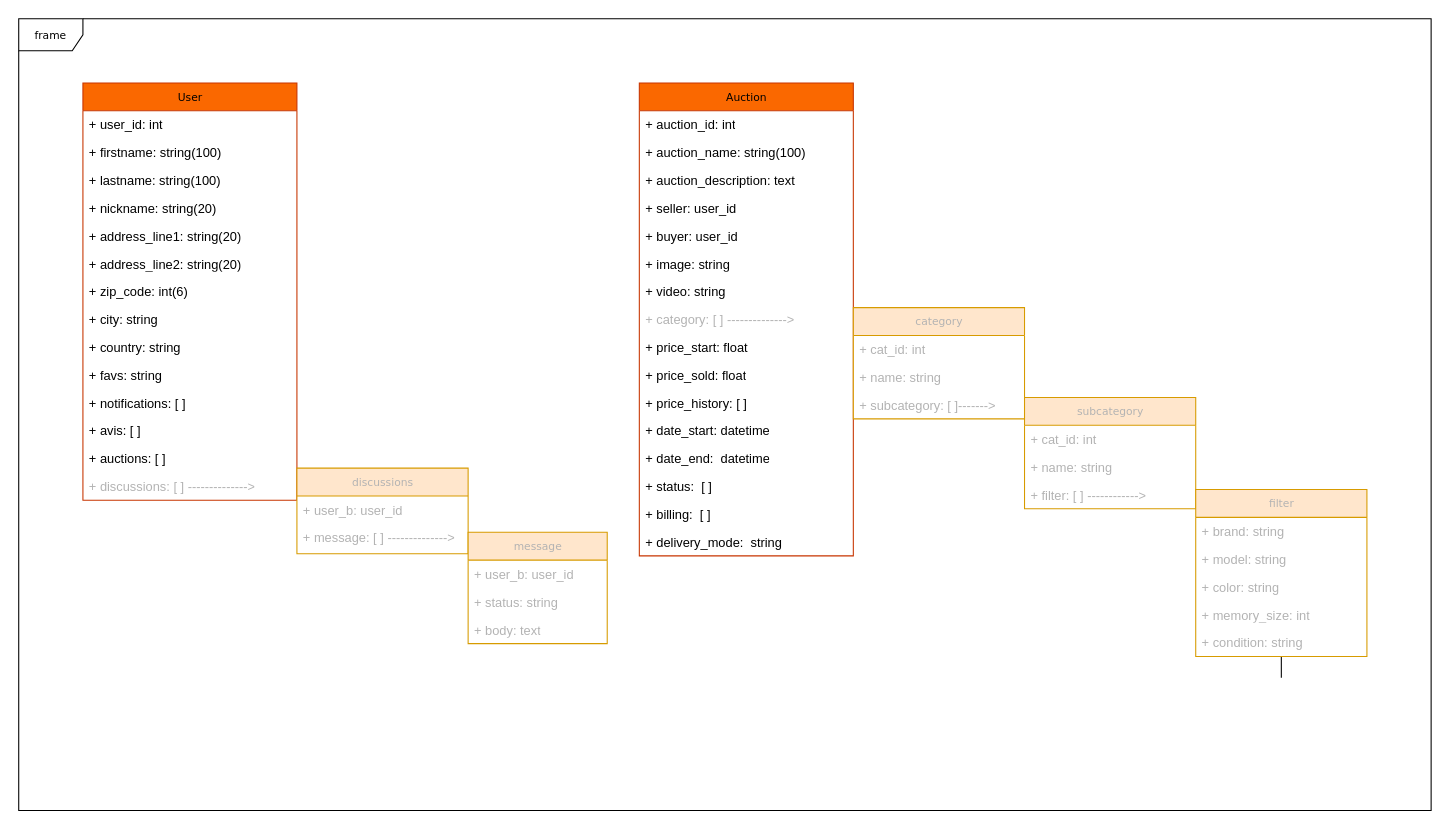
Before: Diagramme sans nom.drawio in leboncoin2023/leboncoin, a draw.io diagram. Source tidied: cells renumbered, new cells numbered last; positions are measured from the earlier drawing's top-left corner, leaving out a move shared by most shapes. Both pictures are drawn from the tidied source at 107%, with x=0, y=0 at pixel (18, 18).
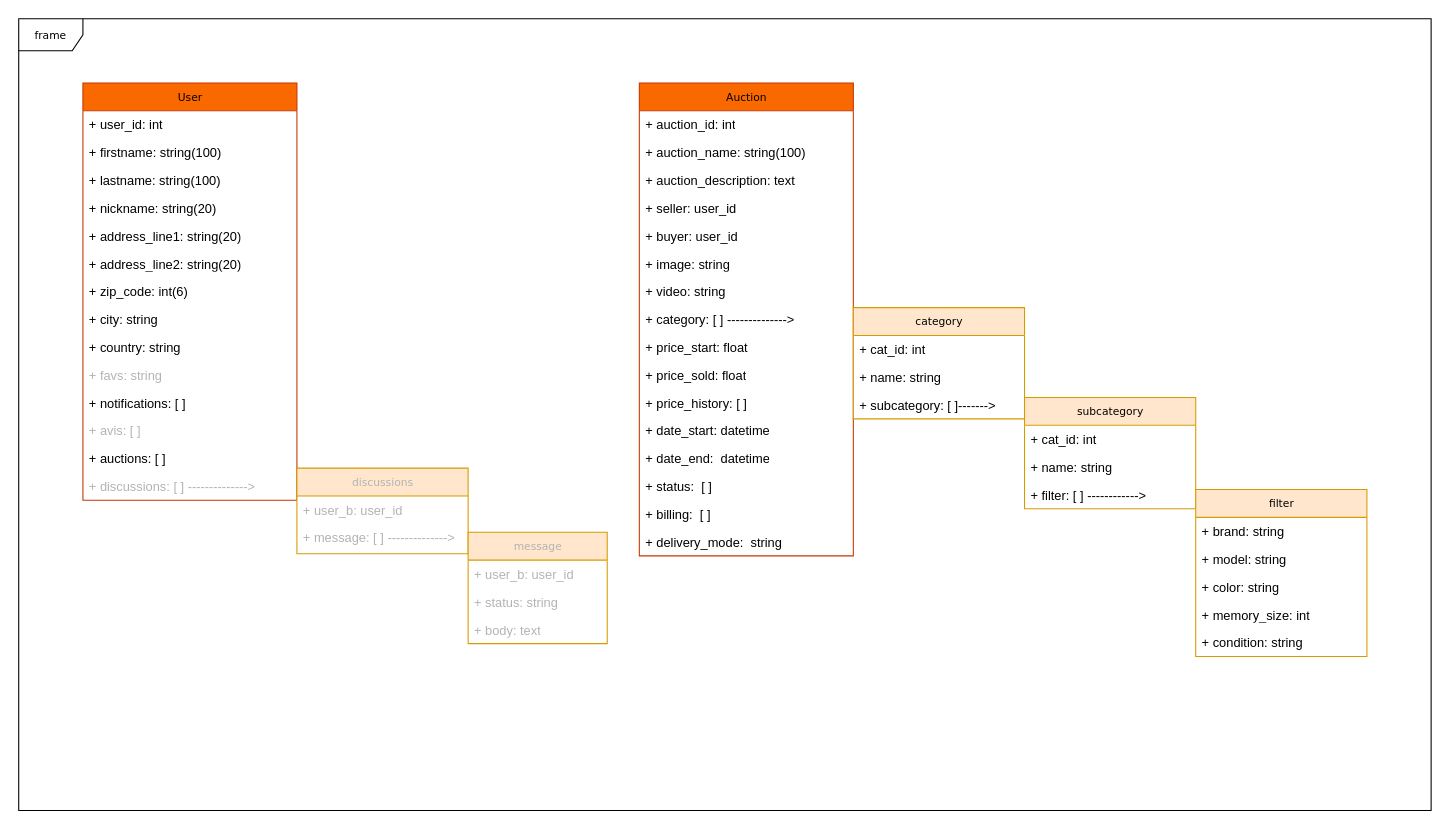
The same diagram, later.

Commit message (it also covers changes not shown here):
Mettre à jour Diagramme sans nom.drawio

The change refers to these unchanged cells:
```xml
<mxCell id="3" value="User" style="swimlane;html=1;fontStyle=0;horizontal=1;startSize=26;fillColor=#fa6800;swimlaneFillColor=#ffffff;rounded=0;shadow=0;comic=0;labelBackgroundColor=none;strokeWidth=1;fontFamily=Verdana;fontSize=10;align=center;fontColor=#000000;strokeColor=#C73500;" parent="1" vertex="1">
  <mxGeometry x="60" y="60" width="200" height="390" as="geometry" />
</mxCell>
<mxCell id="25" value="Auction" style="swimlane;html=1;fontStyle=0;horizontal=1;startSize=26;fillColor=#fa6800;swimlaneFillColor=#ffffff;rounded=0;shadow=0;comic=0;labelBackgroundColor=none;strokeWidth=1;fontFamily=Verdana;fontSize=10;align=center;fontColor=#000000;strokeColor=#C73500;" parent="1" vertex="1">
  <mxGeometry x="580" y="60" width="200" height="442" as="geometry" />
</mxCell>
```

Diff of the diagram source:
```diff
@@
-    <mxCell id="13" value="+ favs: string" style="text;html=1;strokeColor=none;fillColor=none;align=left;verticalAlign=top;spacingLeft=4;spacingRight=4;whiteSpace=wrap;overflow=hidden;" parent="3" vertex="1">
+    <mxCell id="13" value="+ favs: string" style="text;html=1;strokeColor=none;fillColor=none;align=left;verticalAlign=top;spacingLeft=4;spacingRight=4;whiteSpace=wrap;overflow=hidden;fontColor=#B3B3B3;" parent="3" vertex="1">
       <mxGeometry y="260" width="200" height="26" as="geometry" />
     </mxCell>
@@
-    <mxCell id="15" value="+ avis: [ ]" style="text;html=1;strokeColor=none;fillColor=none;align=left;verticalAlign=top;spacingLeft=4;spacingRight=4;whiteSpace=wrap;overflow=hidden;" parent="3" vertex="1">
+    <mxCell id="15" value="+ avis: [ ]" style="text;html=1;strokeColor=none;fillColor=none;align=left;verticalAlign=top;spacingLeft=4;spacingRight=4;whiteSpace=wrap;overflow=hidden;fontColor=#B3B3B3;" parent="3" vertex="1">
       <mxGeometry y="312" width="200" height="26" as="geometry" />
     </mxCell>
@@
-    <mxCell id="33" value="&lt;font color=&quot;#b3b3b3&quot;&gt;+ category: [ ] --------------&amp;gt;&lt;/font&gt;" style="text;html=1;strokeColor=none;fillColor=none;align=left;verticalAlign=top;spacingLeft=4;spacingRight=4;whiteSpace=wrap;overflow=hidden;" parent="25" vertex="1">
+    <mxCell id="33" value="+ category: [ ] --------------&amp;gt;" style="text;html=1;strokeColor=none;fillColor=none;align=left;verticalAlign=top;spacingLeft=4;spacingRight=4;whiteSpace=wrap;overflow=hidden;" parent="25" vertex="1">
       <mxGeometry y="208" width="200" height="26" as="geometry" />
     </mxCell>
@@
-    <mxCell id="42" value="&lt;font color=&quot;#b3b3b3&quot;&gt;category&lt;/font&gt;" style="swimlane;html=1;fontStyle=0;horizontal=1;startSize=26;fillColor=#ffe6cc;swimlaneFillColor=#ffffff;rounded=0;shadow=0;comic=0;labelBackgroundColor=none;strokeWidth=1;fontFamily=Verdana;fontSize=10;align=center;strokeColor=#d79b00;" parent="1" vertex="1">
+    <mxCell id="42" value="&lt;font&gt;category&lt;/font&gt;" style="swimlane;html=1;fontStyle=0;horizontal=1;startSize=26;fillColor=#ffe6cc;swimlaneFillColor=#ffffff;rounded=0;shadow=0;comic=0;labelBackgroundColor=none;strokeWidth=1;fontFamily=Verdana;fontSize=10;align=center;strokeColor=#d79b00;fontColor=#000000;" parent="1" vertex="1">
       <mxGeometry x="780" y="270" width="160" height="104" as="geometry" />
     </mxCell>
-    <mxCell id="43" value="&lt;font color=&quot;#b3b3b3&quot;&gt;+ cat_id: int&lt;br&gt;&lt;/font&gt;" style="text;html=1;strokeColor=none;fillColor=none;align=left;verticalAlign=top;spacingLeft=4;spacingRight=4;whiteSpace=wrap;overflow=hidden;" parent="42" vertex="1">
+    <mxCell id="43" value="&lt;font&gt;+ cat_id: int&lt;br&gt;&lt;/font&gt;" style="text;html=1;strokeColor=none;fillColor=none;align=left;verticalAlign=top;spacingLeft=4;spacingRight=4;whiteSpace=wrap;overflow=hidden;fontColor=#000000;" parent="42" vertex="1">
       <mxGeometry y="26" width="160" height="26" as="geometry" />
     </mxCell>
-    <mxCell id="44" value="&lt;font color=&quot;#b3b3b3&quot;&gt;+ name: string&lt;br&gt;&lt;/font&gt;" style="text;html=1;strokeColor=none;fillColor=none;align=left;verticalAlign=top;spacingLeft=4;spacingRight=4;whiteSpace=wrap;overflow=hidden;" parent="42" vertex="1">
+    <mxCell id="44" value="&lt;font&gt;+ name: string&lt;br&gt;&lt;/font&gt;" style="text;html=1;strokeColor=none;fillColor=none;align=left;verticalAlign=top;spacingLeft=4;spacingRight=4;whiteSpace=wrap;overflow=hidden;fontColor=#000000;" parent="42" vertex="1">
       <mxGeometry y="52" width="160" height="26" as="geometry" />
     </mxCell>
-    <mxCell id="45" value="&lt;font color=&quot;#b3b3b3&quot;&gt;+ subcategory: [ ]-------&amp;gt;&lt;br&gt;&lt;/font&gt;" style="text;html=1;strokeColor=none;fillColor=none;align=left;verticalAlign=top;spacingLeft=4;spacingRight=4;whiteSpace=wrap;overflow=hidden;" parent="42" vertex="1">
+    <mxCell id="45" value="&lt;font&gt;+ subcategory: [ ]-------&amp;gt;&lt;br&gt;&lt;/font&gt;" style="text;html=1;strokeColor=none;fillColor=none;align=left;verticalAlign=top;spacingLeft=4;spacingRight=4;whiteSpace=wrap;overflow=hidden;fontColor=#000000;" parent="42" vertex="1">
       <mxGeometry y="78" width="160" height="26" as="geometry" />
     </mxCell>
-    <mxCell id="46" value="&lt;font color=&quot;#b3b3b3&quot;&gt;subcategory&lt;/font&gt;" style="swimlane;html=1;fontStyle=0;horizontal=1;startSize=26;fillColor=#ffe6cc;swimlaneFillColor=#ffffff;rounded=0;shadow=0;comic=0;labelBackgroundColor=none;strokeWidth=1;fontFamily=Verdana;fontSize=10;align=center;strokeColor=#d79b00;" parent="1" vertex="1">
+    <mxCell id="46" value="&lt;font&gt;subcategory&lt;/font&gt;" style="swimlane;html=1;fontStyle=0;horizontal=1;startSize=26;fillColor=#ffe6cc;swimlaneFillColor=#ffffff;rounded=0;shadow=0;comic=0;labelBackgroundColor=none;strokeWidth=1;fontFamily=Verdana;fontSize=10;align=center;strokeColor=#d79b00;fontColor=#000000;" parent="1" vertex="1">
       <mxGeometry x="940" y="354" width="160" height="104" as="geometry" />
     </mxCell>
-    <mxCell id="47" value="&lt;font color=&quot;#b3b3b3&quot;&gt;+ cat_id: int&lt;br&gt;&lt;/font&gt;" style="text;html=1;strokeColor=none;fillColor=none;align=left;verticalAlign=top;spacingLeft=4;spacingRight=4;whiteSpace=wrap;overflow=hidden;" parent="46" vertex="1">
+    <mxCell id="47" value="&lt;font&gt;+ cat_id: int&lt;br&gt;&lt;/font&gt;" style="text;html=1;strokeColor=none;fillColor=none;align=left;verticalAlign=top;spacingLeft=4;spacingRight=4;whiteSpace=wrap;overflow=hidden;fontColor=#000000;" parent="46" vertex="1">
       <mxGeometry y="26" width="160" height="26" as="geometry" />
     </mxCell>
-    <mxCell id="48" value="&lt;font color=&quot;#b3b3b3&quot;&gt;+ name: string&lt;br&gt;&lt;/font&gt;" style="text;html=1;strokeColor=none;fillColor=none;align=left;verticalAlign=top;spacingLeft=4;spacingRight=4;whiteSpace=wrap;overflow=hidden;" parent="46" vertex="1">
+    <mxCell id="48" value="&lt;font&gt;+ name: string&lt;br&gt;&lt;/font&gt;" style="text;html=1;strokeColor=none;fillColor=none;align=left;verticalAlign=top;spacingLeft=4;spacingRight=4;whiteSpace=wrap;overflow=hidden;fontColor=#000000;" parent="46" vertex="1">
       <mxGeometry y="52" width="160" height="26" as="geometry" />
     </mxCell>
-    <mxCell id="49" value="&lt;font color=&quot;#b3b3b3&quot;&gt;+ filter: [ ] ------------&amp;gt;&lt;br&gt;&lt;/font&gt;" style="text;html=1;strokeColor=none;fillColor=none;align=left;verticalAlign=top;spacingLeft=4;spacingRight=4;whiteSpace=wrap;overflow=hidden;" parent="46" vertex="1">
+    <mxCell id="49" value="&lt;font&gt;+ filter: [ ] ------------&amp;gt;&lt;br&gt;&lt;/font&gt;" style="text;html=1;strokeColor=none;fillColor=none;align=left;verticalAlign=top;spacingLeft=4;spacingRight=4;whiteSpace=wrap;overflow=hidden;fontColor=#000000;" parent="46" vertex="1">
       <mxGeometry y="78" width="160" height="26" as="geometry" />
     </mxCell>
-    <mxCell id="50" style="edgeStyle=orthogonalEdgeStyle;rounded=0;jettySize=auto;html=1;exitX=0.5;exitY=1;exitDx=0;exitDy=0;" parent="1" edge="1" source="51">
-      <mxGeometry relative="1" as="geometry">
-        <mxPoint x="1180" y="530" as="targetPoint" />
-      </mxGeometry>
-    </mxCell>
-    <mxCell id="51" value="&lt;font color=&quot;#b3b3b3&quot;&gt;filter&lt;/font&gt;" style="swimlane;html=1;fontStyle=0;horizontal=1;startSize=26;fillColor=#ffe6cc;swimlaneFillColor=#ffffff;rounded=0;shadow=0;comic=0;labelBackgroundColor=none;strokeWidth=1;fontFamily=Verdana;fontSize=10;align=center;strokeColor=#d79b00;" parent="1" vertex="1">
+    <mxCell id="51" value="&lt;font&gt;filter&lt;/font&gt;" style="swimlane;html=1;fontStyle=0;horizontal=1;startSize=26;fillColor=#ffe6cc;swimlaneFillColor=#ffffff;rounded=0;shadow=0;comic=0;labelBackgroundColor=none;strokeWidth=1;fontFamily=Verdana;fontSize=10;align=center;strokeColor=#d79b00;fontColor=#000000;" parent="1" vertex="1">
       <mxGeometry x="1100" y="440" width="160" height="156" as="geometry" />
     </mxCell>
-    <mxCell id="52" value="&lt;font color=&quot;#b3b3b3&quot;&gt;+ brand: string&lt;br&gt;&lt;/font&gt;" style="text;html=1;strokeColor=none;fillColor=none;align=left;verticalAlign=top;spacingLeft=4;spacingRight=4;whiteSpace=wrap;overflow=hidden;" parent="51" vertex="1">
+    <mxCell id="52" value="&lt;font&gt;+ brand: string&lt;br&gt;&lt;/font&gt;" style="text;html=1;strokeColor=none;fillColor=none;align=left;verticalAlign=top;spacingLeft=4;spacingRight=4;whiteSpace=wrap;overflow=hidden;fontColor=#000000;" parent="51" vertex="1">
       <mxGeometry y="26" width="160" height="26" as="geometry" />
     </mxCell>
-    <mxCell id="53" value="&lt;font color=&quot;#b3b3b3&quot;&gt;+ model: string&lt;br&gt;&lt;/font&gt;" style="text;html=1;strokeColor=none;fillColor=none;align=left;verticalAlign=top;spacingLeft=4;spacingRight=4;whiteSpace=wrap;overflow=hidden;" parent="51" vertex="1">
+    <mxCell id="53" value="&lt;font&gt;+ model: string&lt;br&gt;&lt;/font&gt;" style="text;html=1;strokeColor=none;fillColor=none;align=left;verticalAlign=top;spacingLeft=4;spacingRight=4;whiteSpace=wrap;overflow=hidden;fontColor=#000000;" parent="51" vertex="1">
       <mxGeometry y="52" width="160" height="26" as="geometry" />
     </mxCell>
-    <mxCell id="54" value="&lt;font color=&quot;#b3b3b3&quot;&gt;+ color: string&lt;br&gt;&lt;/font&gt;" style="text;html=1;strokeColor=none;fillColor=none;align=left;verticalAlign=top;spacingLeft=4;spacingRight=4;whiteSpace=wrap;overflow=hidden;" parent="51" vertex="1">
+    <mxCell id="54" value="&lt;font&gt;+ color: string&lt;br&gt;&lt;/font&gt;" style="text;html=1;strokeColor=none;fillColor=none;align=left;verticalAlign=top;spacingLeft=4;spacingRight=4;whiteSpace=wrap;overflow=hidden;fontColor=#000000;" parent="51" vertex="1">
       <mxGeometry y="78" width="160" height="26" as="geometry" />
     </mxCell>
-    <mxCell id="55" value="&lt;font color=&quot;#b3b3b3&quot;&gt;+ memory_size: int&lt;br&gt;&lt;/font&gt;" style="text;html=1;strokeColor=none;fillColor=none;align=left;verticalAlign=top;spacingLeft=4;spacingRight=4;whiteSpace=wrap;overflow=hidden;" parent="51" vertex="1">
+    <mxCell id="55" value="&lt;font&gt;+ memory_size: int&lt;br&gt;&lt;/font&gt;" style="text;html=1;strokeColor=none;fillColor=none;align=left;verticalAlign=top;spacingLeft=4;spacingRight=4;whiteSpace=wrap;overflow=hidden;fontColor=#000000;" parent="51" vertex="1">
       <mxGeometry y="104" width="160" height="26" as="geometry" />
     </mxCell>
-    <mxCell id="56" value="&lt;font color=&quot;#b3b3b3&quot;&gt;+ condition: string&lt;br&gt;&lt;/font&gt;" style="text;html=1;strokeColor=none;fillColor=none;align=left;verticalAlign=top;spacingLeft=4;spacingRight=4;whiteSpace=wrap;overflow=hidden;" parent="51" vertex="1">
+    <mxCell id="56" value="&lt;font&gt;+ condition: string&lt;br&gt;&lt;/font&gt;" style="text;html=1;strokeColor=none;fillColor=none;align=left;verticalAlign=top;spacingLeft=4;spacingRight=4;whiteSpace=wrap;overflow=hidden;fontColor=#000000;" parent="51" vertex="1">
       <mxGeometry y="130" width="160" height="26" as="geometry" />
     </mxCell>
```
